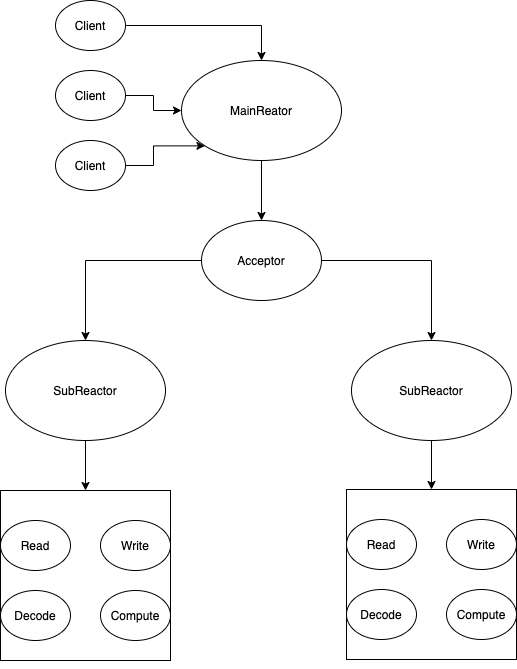
The draw.io diagram docs/webd_model.png in Ivanqi/WebD, before a commit. Source tidied: cells renumbered, new cells last; positions are measured from the earlier drawing's top-left corner, leaving out a move shared by most shapes. Its diagram source:
```xml
<mxGraphModel>
  <root>
    <mxCell id="0" />
    <mxCell id="1" parent="0" />
    <mxCell id="2" style="edgeStyle=orthogonalEdgeStyle;rounded=0;jettySize=auto;html=1;exitX=0.5;exitY=1;exitDx=0;exitDy=0;" parent="1" edge="1" source="3" target="6">
      <mxGeometry relative="1" as="geometry" />
    </mxCell>
    <mxCell id="3" value="MainReator" style="ellipse;whiteSpace=wrap;html=1;" parent="1" vertex="1">
      <mxGeometry x="181" y="60" width="160" height="100" as="geometry" />
    </mxCell>
    <mxCell id="4" style="edgeStyle=orthogonalEdgeStyle;rounded=0;jettySize=auto;html=1;exitX=0;exitY=0.5;exitDx=0;exitDy=0;" parent="1" edge="1" source="6" target="10">
      <mxGeometry relative="1" as="geometry" />
    </mxCell>
    <mxCell id="5" style="edgeStyle=orthogonalEdgeStyle;rounded=0;jettySize=auto;html=1;exitX=1;exitY=0.5;exitDx=0;exitDy=0;" parent="1" edge="1" source="6" target="8">
      <mxGeometry relative="1" as="geometry" />
    </mxCell>
    <mxCell id="6" value="Acceptor" style="ellipse;whiteSpace=wrap;html=1;" parent="1" vertex="1">
      <mxGeometry x="201" y="220" width="120" height="80" as="geometry" />
    </mxCell>
    <mxCell id="7" style="edgeStyle=orthogonalEdgeStyle;rounded=0;jettySize=auto;html=1;exitX=0.5;exitY=1;exitDx=0;exitDy=0;entryX=0.5;entryY=0;entryDx=0;entryDy=0;" parent="1" edge="1" target="24">
      <mxGeometry relative="1" as="geometry">
        <mxPoint x="431" y="399" as="sourcePoint" />
      </mxGeometry>
    </mxCell>
    <mxCell id="8" value="SubReactor" style="ellipse;whiteSpace=wrap;html=1;" parent="1" vertex="1">
      <mxGeometry x="351" y="340" width="160" height="100" as="geometry" />
    </mxCell>
    <mxCell id="9" style="edgeStyle=orthogonalEdgeStyle;rounded=0;jettySize=auto;html=1;exitX=0.5;exitY=1;exitDx=0;exitDy=0;entryX=0.5;entryY=0;entryDx=0;entryDy=0;" parent="1" edge="1" target="17">
      <mxGeometry relative="1" as="geometry">
        <mxPoint x="85" y="390" as="sourcePoint" />
      </mxGeometry>
    </mxCell>
    <mxCell id="10" value="SubReactor" style="ellipse;whiteSpace=wrap;html=1;" parent="1" vertex="1">
      <mxGeometry x="5" y="340" width="160" height="100" as="geometry" />
    </mxCell>
    <mxCell id="11" style="edgeStyle=orthogonalEdgeStyle;rounded=0;jettySize=auto;html=1;exitX=1;exitY=0.5;exitDx=0;exitDy=0;entryX=0.5;entryY=0;entryDx=0;entryDy=0;" parent="1" edge="1" source="12" target="3">
      <mxGeometry relative="1" as="geometry" />
    </mxCell>
    <mxCell id="12" value="Client" style="ellipse;whiteSpace=wrap;html=1;" parent="1" vertex="1">
      <mxGeometry x="55" width="70" height="50" as="geometry" />
    </mxCell>
    <mxCell id="13" style="edgeStyle=orthogonalEdgeStyle;rounded=0;jettySize=auto;html=1;exitX=1;exitY=0.5;exitDx=0;exitDy=0;entryX=0;entryY=0.5;entryDx=0;entryDy=0;" parent="1" edge="1" source="14" target="3">
      <mxGeometry relative="1" as="geometry" />
    </mxCell>
    <mxCell id="14" value="&lt;span&gt;Client&lt;/span&gt;" style="ellipse;whiteSpace=wrap;html=1;" parent="1" vertex="1">
      <mxGeometry x="55" y="70" width="70" height="50" as="geometry" />
    </mxCell>
    <mxCell id="15" style="edgeStyle=orthogonalEdgeStyle;rounded=0;jettySize=auto;html=1;exitX=1;exitY=0.5;exitDx=0;exitDy=0;entryX=0;entryY=1;entryDx=0;entryDy=0;" parent="1" edge="1" source="16" target="3">
      <mxGeometry relative="1" as="geometry" />
    </mxCell>
    <mxCell id="16" value="&lt;span&gt;Client&lt;/span&gt;" style="ellipse;whiteSpace=wrap;html=1;" parent="1" vertex="1">
      <mxGeometry x="55" y="140" width="70" height="50" as="geometry" />
    </mxCell>
    <mxCell id="17" style="whiteSpace=wrap;html=1;" parent="1" vertex="1">
      <mxGeometry y="490" width="170" height="170" as="geometry" />
    </mxCell>
    <mxCell id="18" value="&lt;span&gt;Read&lt;/span&gt;" style="ellipse;whiteSpace=wrap;html=1;" parent="1" vertex="1">
      <mxGeometry y="520" width="70" height="50" as="geometry" />
    </mxCell>
    <mxCell id="19" value="&lt;span&gt;Write&lt;/span&gt;" style="ellipse;whiteSpace=wrap;html=1;" parent="1" vertex="1">
      <mxGeometry x="100" y="520" width="70" height="50" as="geometry" />
    </mxCell>
    <mxCell id="20" value="&lt;span&gt;Decode&lt;/span&gt;" style="ellipse;whiteSpace=wrap;html=1;" parent="1" vertex="1">
      <mxGeometry y="590" width="70" height="50" as="geometry" />
    </mxCell>
    <mxCell id="21" value="&lt;span&gt;Compute&lt;/span&gt;" style="ellipse;whiteSpace=wrap;html=1;" parent="1" vertex="1">
      <mxGeometry x="100" y="590" width="70" height="50" as="geometry" />
    </mxCell>
    <mxCell id="22" style="edgeStyle=orthogonalEdgeStyle;rounded=0;orthogonalLoop=1;jettySize=auto;html=1;exitX=0.5;exitY=1;exitDx=0;exitDy=0;" parent="1" edge="1" source="17" target="17">
      <mxGeometry relative="1" as="geometry" />
    </mxCell>
    <mxCell id="23" style="edgeStyle=orthogonalEdgeStyle;rounded=0;orthogonalLoop=1;jettySize=auto;html=1;exitX=0.5;exitY=1;exitDx=0;exitDy=0;" parent="1" edge="1" source="17" target="17">
      <mxGeometry relative="1" as="geometry" />
    </mxCell>
    <mxCell id="24" style="whiteSpace=wrap;html=1;" parent="1" vertex="1">
      <mxGeometry x="346" y="489" width="170" height="170" as="geometry" />
    </mxCell>
    <mxCell id="25" value="&lt;span&gt;Read&lt;/span&gt;" style="ellipse;whiteSpace=wrap;html=1;" parent="1" vertex="1">
      <mxGeometry x="346" y="519" width="70" height="50" as="geometry" />
    </mxCell>
    <mxCell id="26" value="&lt;span&gt;Write&lt;/span&gt;" style="ellipse;whiteSpace=wrap;html=1;" parent="1" vertex="1">
      <mxGeometry x="446" y="519" width="70" height="50" as="geometry" />
    </mxCell>
    <mxCell id="27" value="&lt;span&gt;Decode&lt;/span&gt;" style="ellipse;whiteSpace=wrap;html=1;" parent="1" vertex="1">
      <mxGeometry x="346" y="589" width="70" height="50" as="geometry" />
    </mxCell>
    <mxCell id="28" value="&lt;span&gt;Compute&lt;/span&gt;" style="ellipse;whiteSpace=wrap;html=1;" parent="1" vertex="1">
      <mxGeometry x="446" y="589" width="70" height="50" as="geometry" />
    </mxCell>
    <mxCell id="29" style="edgeStyle=orthogonalEdgeStyle;rounded=0;orthogonalLoop=1;jettySize=auto;html=1;exitX=0.5;exitY=1;exitDx=0;exitDy=0;" parent="1" edge="1" source="24" target="24">
      <mxGeometry relative="1" as="geometry" />
    </mxCell>
    <mxCell id="30" style="edgeStyle=orthogonalEdgeStyle;rounded=0;orthogonalLoop=1;jettySize=auto;html=1;exitX=0.5;exitY=1;exitDx=0;exitDy=0;" parent="1" edge="1" source="24" target="24">
      <mxGeometry relative="1" as="geometry" />
    </mxCell>
  </root>
</mxGraphModel>
```
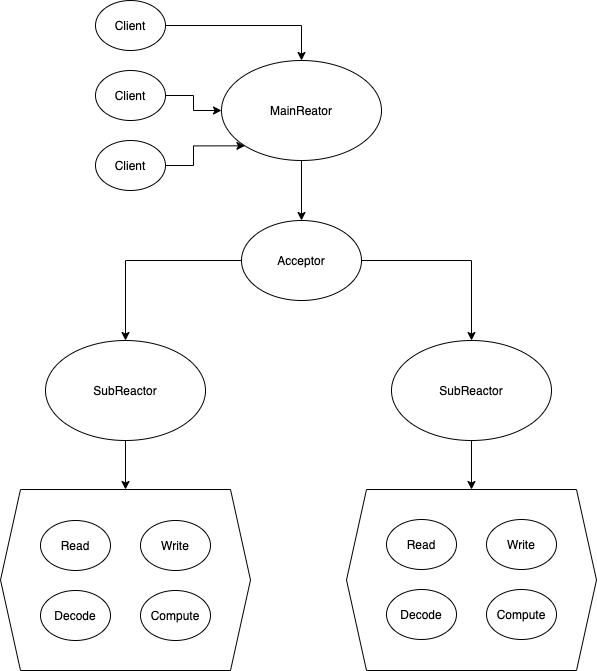
The same diagram one commit later.

Commit message:
【开发】优化图片

Diff of the diagram source:
```diff
@@ -2,6 +2,12 @@
   <root>
     <mxCell id="0" />
     <mxCell id="1" parent="0" />
+    <mxCell id="31" style="shape=hexagon;perimeter=hexagonPerimeter2;whiteSpace=wrap;html=1;fixedSize=1;" parent="1" vertex="1">
+      <mxGeometry x="306" y="489" width="250" height="181" as="geometry" />
+    </mxCell>
+    <mxCell id="32" style="shape=hexagon;perimeter=hexagonPerimeter2;whiteSpace=wrap;html=1;fixedSize=1;" parent="1" vertex="1">
+      <mxGeometry x="-40" y="489" width="250" height="181" as="geometry" />
+    </mxCell>
     <mxCell id="2" style="edgeStyle=orthogonalEdgeStyle;rounded=0;jettySize=auto;html=1;exitX=0.5;exitY=1;exitDx=0;exitDy=0;" parent="1" edge="1" source="3" target="6">
       <mxGeometry relative="1" as="geometry" />
     </mxCell>
@@ -17,19 +23,15 @@
     <mxCell id="6" value="Acceptor" style="ellipse;whiteSpace=wrap;html=1;" parent="1" vertex="1">
       <mxGeometry x="201" y="220" width="120" height="80" as="geometry" />
     </mxCell>
-    <mxCell id="7" style="edgeStyle=orthogonalEdgeStyle;rounded=0;jettySize=auto;html=1;exitX=0.5;exitY=1;exitDx=0;exitDy=0;entryX=0.5;entryY=0;entryDx=0;entryDy=0;" parent="1" edge="1" target="24">
-      <mxGeometry relative="1" as="geometry">
-        <mxPoint x="431" y="399" as="sourcePoint" />
-      </mxGeometry>
-    </mxCell>
+    <mxCell id="33" style="edgeStyle=orthogonalEdgeStyle;rounded=0;jettySize=auto;html=1;exitX=0.5;exitY=1;exitDx=0;exitDy=0;" parent="1" edge="1" source="8" target="31">
+      <mxGeometry relative="1" as="geometry" />
+    </mxCell>
     <mxCell id="8" value="SubReactor" style="ellipse;whiteSpace=wrap;html=1;" parent="1" vertex="1">
       <mxGeometry x="351" y="340" width="160" height="100" as="geometry" />
     </mxCell>
-    <mxCell id="9" style="edgeStyle=orthogonalEdgeStyle;rounded=0;jettySize=auto;html=1;exitX=0.5;exitY=1;exitDx=0;exitDy=0;entryX=0.5;entryY=0;entryDx=0;entryDy=0;" parent="1" edge="1" target="17">
-      <mxGeometry relative="1" as="geometry">
-        <mxPoint x="85" y="390" as="sourcePoint" />
-      </mxGeometry>
-    </mxCell>
+    <mxCell id="34" style="edgeStyle=orthogonalEdgeStyle;rounded=0;jettySize=auto;html=1;exitX=0.5;exitY=1;exitDx=0;exitDy=0;" parent="1" edge="1" source="10" target="32">
+      <mxGeometry relative="1" as="geometry" />
+    </mxCell>
     <mxCell id="10" value="SubReactor" style="ellipse;whiteSpace=wrap;html=1;" parent="1" vertex="1">
       <mxGeometry x="5" y="340" width="160" height="100" as="geometry" />
     </mxCell>
@@ -51,9 +53,6 @@
     <mxCell id="16" value="&lt;span&gt;Client&lt;/span&gt;" style="ellipse;whiteSpace=wrap;html=1;" parent="1" vertex="1">
       <mxGeometry x="55" y="140" width="70" height="50" as="geometry" />
     </mxCell>
-    <mxCell id="17" style="whiteSpace=wrap;html=1;" parent="1" vertex="1">
-      <mxGeometry y="490" width="170" height="170" as="geometry" />
-    </mxCell>
     <mxCell id="18" value="&lt;span&gt;Read&lt;/span&gt;" style="ellipse;whiteSpace=wrap;html=1;" parent="1" vertex="1">
       <mxGeometry y="520" width="70" height="50" as="geometry" />
     </mxCell>
@@ -66,15 +65,18 @@
     <mxCell id="21" value="&lt;span&gt;Compute&lt;/span&gt;" style="ellipse;whiteSpace=wrap;html=1;" parent="1" vertex="1">
       <mxGeometry x="100" y="590" width="70" height="50" as="geometry" />
     </mxCell>
-    <mxCell id="22" style="edgeStyle=orthogonalEdgeStyle;rounded=0;orthogonalLoop=1;jettySize=auto;html=1;exitX=0.5;exitY=1;exitDx=0;exitDy=0;" parent="1" edge="1" source="17" target="17">
-      <mxGeometry relative="1" as="geometry" />
+    <mxCell id="22" style="edgeStyle=orthogonalEdgeStyle;rounded=0;orthogonalLoop=1;jettySize=auto;html=1;exitX=0.5;exitY=1;exitDx=0;exitDy=0;" parent="1" edge="1">
+      <mxGeometry relative="1" as="geometry">
+        <mxPoint x="85" y="660" as="sourcePoint" />
+        <mxPoint x="85" y="660" as="targetPoint" />
+      </mxGeometry>
     </mxCell>
-    <mxCell id="23" style="edgeStyle=orthogonalEdgeStyle;rounded=0;orthogonalLoop=1;jettySize=auto;html=1;exitX=0.5;exitY=1;exitDx=0;exitDy=0;" parent="1" edge="1" source="17" target="17">
-      <mxGeometry relative="1" as="geometry" />
+    <mxCell id="23" style="edgeStyle=orthogonalEdgeStyle;rounded=0;orthogonalLoop=1;jettySize=auto;html=1;exitX=0.5;exitY=1;exitDx=0;exitDy=0;" parent="1" edge="1">
+      <mxGeometry relative="1" as="geometry">
+        <mxPoint x="85" y="660" as="sourcePoint" />
+        <mxPoint x="85" y="660" as="targetPoint" />
+      </mxGeometry>
     </mxCell>
-    <mxCell id="24" style="whiteSpace=wrap;html=1;" parent="1" vertex="1">
-      <mxGeometry x="346" y="489" width="170" height="170" as="geometry" />
-    </mxCell>
     <mxCell id="25" value="&lt;span&gt;Read&lt;/span&gt;" style="ellipse;whiteSpace=wrap;html=1;" parent="1" vertex="1">
       <mxGeometry x="346" y="519" width="70" height="50" as="geometry" />
     </mxCell>
@@ -87,11 +89,17 @@
     <mxCell id="28" value="&lt;span&gt;Compute&lt;/span&gt;" style="ellipse;whiteSpace=wrap;html=1;" parent="1" vertex="1">
       <mxGeometry x="446" y="589" width="70" height="50" as="geometry" />
     </mxCell>
-    <mxCell id="29" style="edgeStyle=orthogonalEdgeStyle;rounded=0;orthogonalLoop=1;jettySize=auto;html=1;exitX=0.5;exitY=1;exitDx=0;exitDy=0;" parent="1" edge="1" source="24" target="24">
-      <mxGeometry relative="1" as="geometry" />
+    <mxCell id="29" style="edgeStyle=orthogonalEdgeStyle;rounded=0;orthogonalLoop=1;jettySize=auto;html=1;exitX=0.5;exitY=1;exitDx=0;exitDy=0;" parent="1" edge="1">
+      <mxGeometry relative="1" as="geometry">
+        <mxPoint x="431" y="659" as="sourcePoint" />
+        <mxPoint x="431" y="659" as="targetPoint" />
+      </mxGeometry>
     </mxCell>
-    <mxCell id="30" style="edgeStyle=orthogonalEdgeStyle;rounded=0;orthogonalLoop=1;jettySize=auto;html=1;exitX=0.5;exitY=1;exitDx=0;exitDy=0;" parent="1" edge="1" source="24" target="24">
-      <mxGeometry relative="1" as="geometry" />
+    <mxCell id="30" style="edgeStyle=orthogonalEdgeStyle;rounded=0;orthogonalLoop=1;jettySize=auto;html=1;exitX=0.5;exitY=1;exitDx=0;exitDy=0;" parent="1" edge="1">
+      <mxGeometry relative="1" as="geometry">
+        <mxPoint x="431" y="659" as="sourcePoint" />
+        <mxPoint x="431" y="659" as="targetPoint" />
+      </mxGeometry>
     </mxCell>
   </root>
 </mxGraphModel>
```
